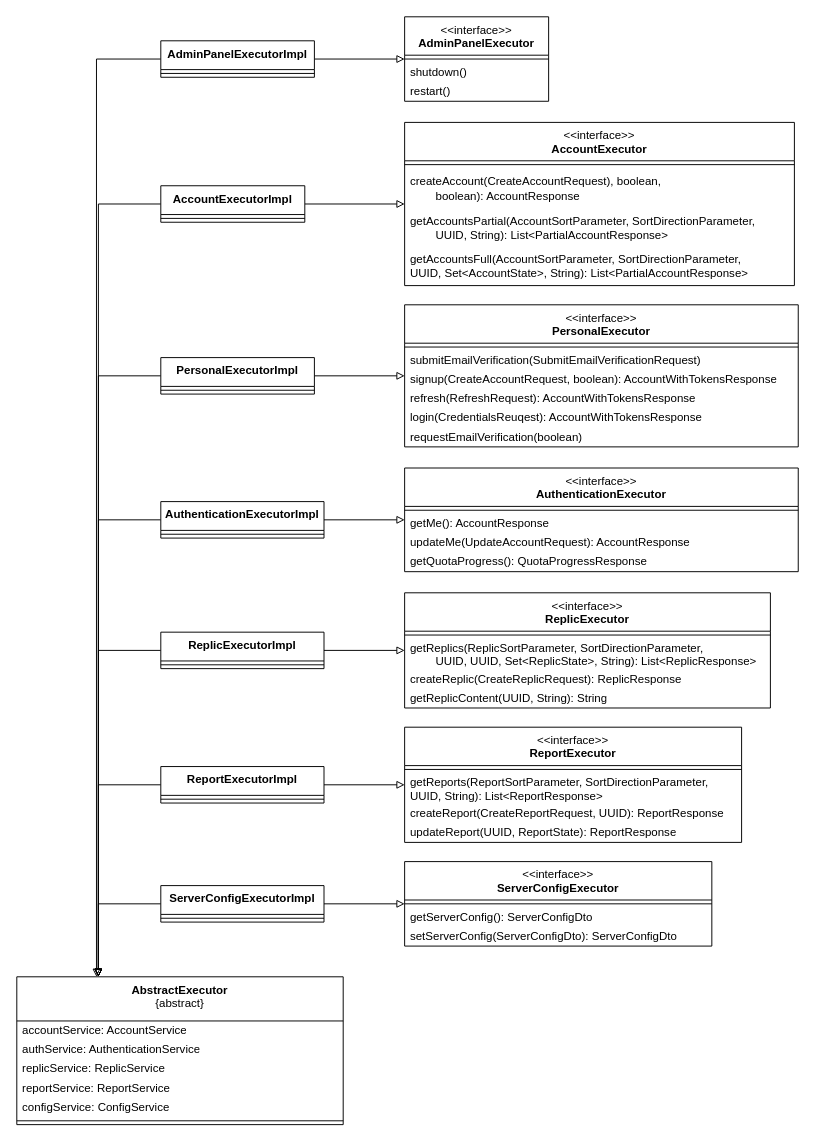
Above: content/drawio/class/server/inter-executors-p.drawio in replic-read/design (draw.io), before the change. Source tidied: cells renumbered, new cells numbered last; positions are measured from the earlier drawing's top-left corner, leaving out a move shared by most shapes. Both pictures are drawn from the tidied source at 96%, with x=0, y=0 at pixel (16, 16).
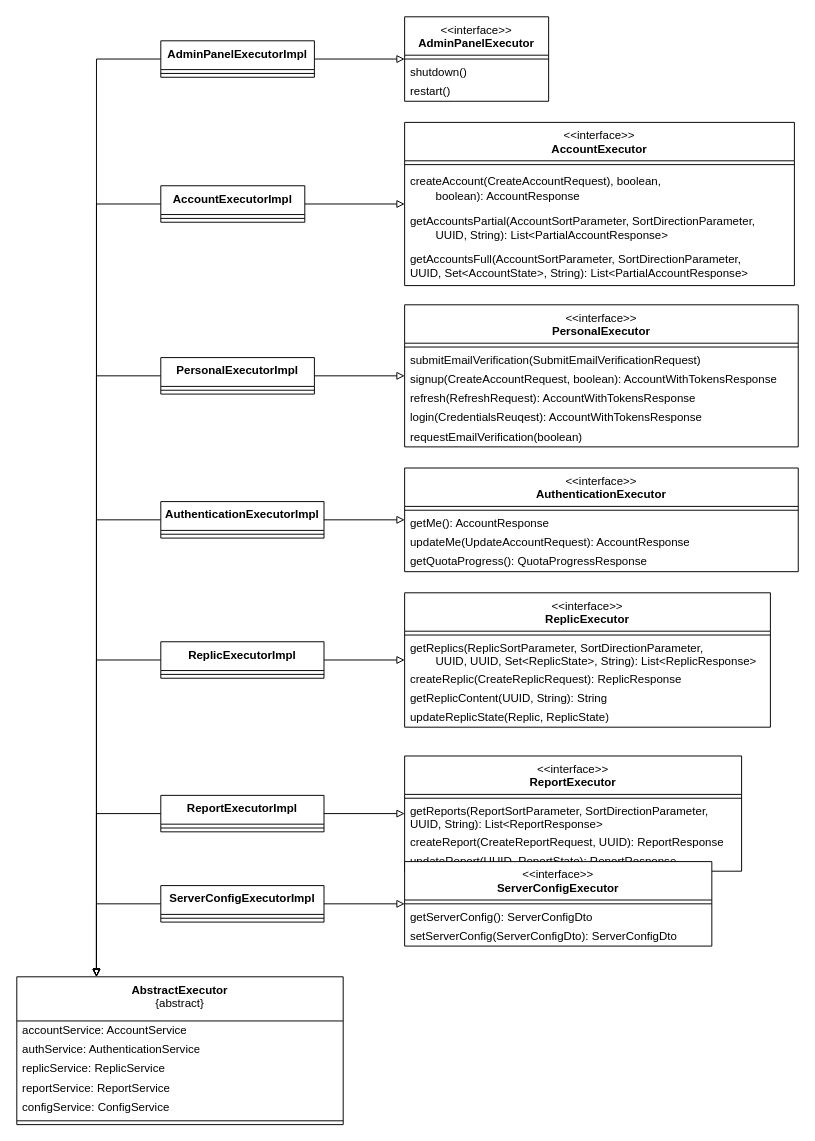
After the change.

Unchanged cells that the change refers to:
```xml
<mxCell id="43" value="&lt;b&gt;AccountExecutorImpl&lt;/b&gt;" style="swimlane;fontStyle=0;align=center;verticalAlign=top;horizontal=1;startSize=30;html=1;whiteSpace=wrap;" parent="1" vertex="1">
  <mxGeometry x="150" y="176" width="150" height="38" as="geometry" />
</mxCell>
<mxCell id="47" value="&lt;b&gt;PersonalExecutorImpl&lt;/b&gt;" style="swimlane;fontStyle=0;align=center;verticalAlign=top;horizontal=1;startSize=30;html=1;whiteSpace=wrap;" parent="1" vertex="1">
  <mxGeometry x="150" y="355" width="160" height="38" as="geometry" />
</mxCell>
<mxCell id="51" value="&lt;b&gt;AuthenticationExecutorImpl&lt;/b&gt;" style="swimlane;fontStyle=0;align=center;verticalAlign=top;horizontal=1;startSize=30;html=1;whiteSpace=wrap;" parent="1" vertex="1">
  <mxGeometry x="150" y="505" width="170" height="38" as="geometry" />
</mxCell>
<mxCell id="63" value="&lt;b&gt;ServerConfigExecutorImpl&lt;/b&gt;" style="swimlane;fontStyle=0;align=center;verticalAlign=top;horizontal=1;startSize=30;html=1;whiteSpace=wrap;" parent="1" vertex="1">
  <mxGeometry x="150" y="905" width="170" height="38" as="geometry" />
</mxCell>
<mxCell id="65" value="&lt;div&gt;&lt;b&gt;AbstractExecutor&lt;/b&gt;&lt;/div&gt;&lt;div&gt;{abstract}&lt;/div&gt;" style="swimlane;fontStyle=0;align=center;verticalAlign=top;horizontal=1;startSize=46;html=1;whiteSpace=wrap;" parent="1" vertex="1">
  <mxGeometry y="1000" width="340" height="154" as="geometry" />
</mxCell>
```

Change to the diagram source:
```diff
@@
     <mxCell id="18" value="&amp;lt;&amp;lt;interface&amp;gt;&amp;gt;&lt;br&gt;&lt;b&gt;ReplicExecutor&lt;/b&gt;&lt;div&gt;&lt;br&gt;&lt;/div&gt;" style="swimlane;fontStyle=0;align=center;verticalAlign=top;horizontal=1;startSize=40;html=1;whiteSpace=wrap;" parent="1" vertex="1">
-      <mxGeometry x="404" y="600" width="381" height="120" as="geometry" />
+      <mxGeometry x="404" y="600" width="381" height="140" as="geometry" />
     </mxCell>
@@
+    <mxCell id="72" value="updateReplicState(Replic, ReplicState)" style="text;html=1;strokeColor=none;fillColor=none;align=left;verticalAlign=middle;spacingLeft=4;spacingRight=4;overflow=hidden;whiteSpace=wrap;" parent="18" vertex="1">
+      <mxGeometry y="120" width="381" height="20" as="geometry" />
+    </mxCell>
     <mxCell id="23" value="&amp;lt;&amp;lt;interface&amp;gt;&amp;gt;&lt;br&gt;&lt;b&gt;ReportExecutor&lt;/b&gt;&lt;div&gt;&lt;br&gt;&lt;/div&gt;" style="swimlane;fontStyle=0;align=center;verticalAlign=top;horizontal=1;startSize=40;html=1;whiteSpace=wrap;" parent="1" vertex="1">
-      <mxGeometry x="404" y="740" width="351" height="120" as="geometry" />
+      <mxGeometry x="404" y="770" width="351" height="120" as="geometry" />
     </mxCell>
@@
     <mxCell id="41" style="edgeStyle=orthogonalEdgeStyle;rounded=0;jettySize=auto;html=1;endArrow=block;endFill=0;" parent="1" edge="1" source="43" target="65">
       <mxGeometry relative="1" as="geometry">
         <Array as="points">
-          <mxPoint x="85" y="195" />
+          <mxPoint x="83" y="195" />
         </Array>
       </mxGeometry>
     </mxCell>
@@
     <mxCell id="45" style="edgeStyle=orthogonalEdgeStyle;rounded=0;jettySize=auto;html=1;endArrow=block;endFill=0;" parent="1" edge="1" source="47" target="65">
       <mxGeometry relative="1" as="geometry">
         <Array as="points">
-          <mxPoint x="85" y="374" />
+          <mxPoint x="83" y="374" />
         </Array>
       </mxGeometry>
     </mxCell>
@@
     <mxCell id="49" style="edgeStyle=orthogonalEdgeStyle;rounded=0;jettySize=auto;html=1;endArrow=block;endFill=0;" parent="1" edge="1" source="51" target="65">
       <mxGeometry relative="1" as="geometry">
         <Array as="points">
-          <mxPoint x="85" y="524" />
+          <mxPoint x="83" y="524" />
         </Array>
       </mxGeometry>
     </mxCell>
@@
     <mxCell id="53" style="edgeStyle=orthogonalEdgeStyle;rounded=0;jettySize=auto;html=1;endArrow=block;endFill=0;" parent="1" edge="1" source="55" target="65">
       <mxGeometry relative="1" as="geometry">
         <Array as="points">
-          <mxPoint x="85" y="660" />
+          <mxPoint x="83" y="670" />
         </Array>
       </mxGeometry>
     </mxCell>
@@
     <mxCell id="55" value="&lt;b&gt;ReplicExecutorImpl&lt;/b&gt;" style="swimlane;fontStyle=0;align=center;verticalAlign=top;horizontal=1;startSize=30;html=1;whiteSpace=wrap;" parent="1" vertex="1">
-      <mxGeometry x="150" y="641" width="170" height="38" as="geometry" />
+      <mxGeometry x="150" y="651" width="170" height="38" as="geometry" />
     </mxCell>
@@
     <mxCell id="57" style="edgeStyle=orthogonalEdgeStyle;rounded=0;jettySize=auto;html=1;endArrow=block;endFill=0;" parent="1" edge="1" source="59" target="65">
       <mxGeometry relative="1" as="geometry">
         <Array as="points">
-          <mxPoint x="85" y="800" />
+          <mxPoint x="83" y="830" />
         </Array>
       </mxGeometry>
     </mxCell>
@@
     <mxCell id="59" value="&lt;b&gt;ReportExecutorImpl&lt;/b&gt;" style="swimlane;fontStyle=0;align=center;verticalAlign=top;horizontal=1;startSize=30;html=1;whiteSpace=wrap;" parent="1" vertex="1">
-      <mxGeometry x="150" y="781" width="170" height="38" as="geometry" />
+      <mxGeometry x="150" y="811" width="170" height="38" as="geometry" />
     </mxCell>
@@
     <mxCell id="61" style="edgeStyle=orthogonalEdgeStyle;rounded=0;jettySize=auto;html=1;endArrow=block;endFill=0;" parent="1" edge="1" source="63" target="65">
       <mxGeometry relative="1" as="geometry">
         <Array as="points">
-          <mxPoint x="85" y="924" />
+          <mxPoint x="83" y="924" />
         </Array>
       </mxGeometry>
     </mxCell>
```
